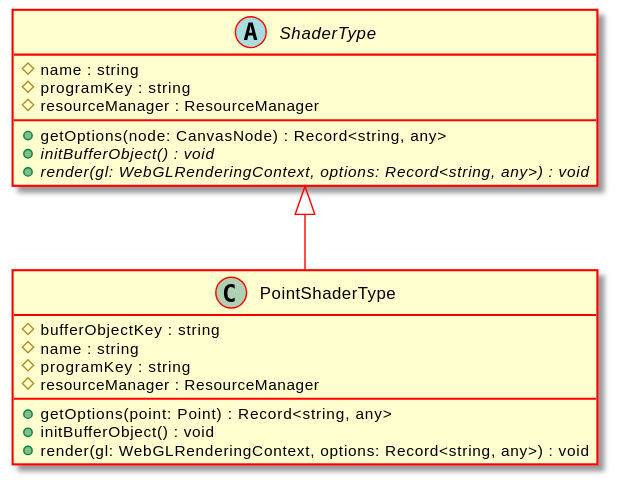
Earlier version of the PlantUML export docs/api/assets/PointShaderType-umlClassDiagram-5790.svg (Test123938/Test2).
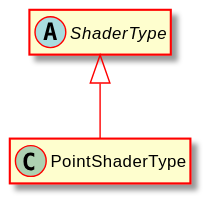
The same diagram one commit later.

Change to the diagram source:
```diff
@@ -5,21 +5,8 @@
 hide empty methods
 hide empty fields
 class "PointShaderType" {
-    #bufferObjectKey : string
-    #name : string
-    #programKey : string
-    #resourceManager : ResourceManager
-    +getOptions(point: Point) : Record<string, any>
-    +initBufferObject() : void
-    +render(gl: WebGLRenderingContext, options: Record<string, any>) : void
 }
 abstract class "ShaderType" {
-    #name : string
-    #programKey : string
-    #resourceManager : ResourceManager
-    +getOptions(node: CanvasNode) : Record<string, any>
-    {abstract} +initBufferObject() : void
-    {abstract} +render(gl: WebGLRenderingContext, options: Record<string, any>) : void
 }
 "ShaderType" <|-- "PointShaderType"
 @enduml
```
